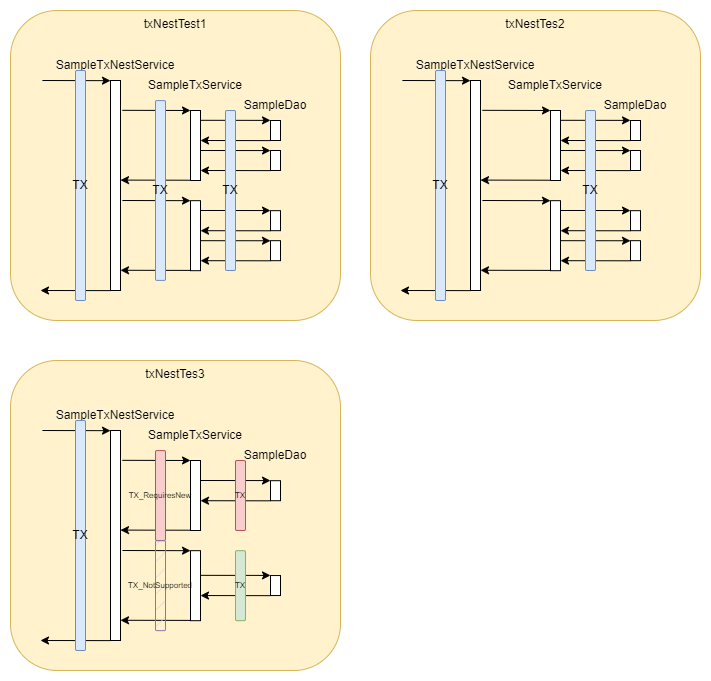
Earlier version of the draw.io export 2023/Q4/spring-transaction/transaction.drawio.png (softleader/softleader-training-course). Source tidied: cells renumbered, new cells last; positions are measured from the earlier drawing's top-left corner, leaving out a move shared by most shapes. Its diagram source:
```xml
<mxGraphModel>
  <root>
    <mxCell id="0" />
    <mxCell id="1" parent="0" />
    <mxCell id="2" value="txNestTest1" style="rounded=1;whiteSpace=wrap;html=1;fillColor=#fff2cc;strokeColor=#d6b656;verticalAlign=top;" parent="1" vertex="1">
      <mxGeometry width="330" height="310" as="geometry" />
    </mxCell>
    <mxCell id="3" style="rounded=0;whiteSpace=wrap;html=1;" parent="1" vertex="1">
      <mxGeometry x="100" y="70" width="10" height="210" as="geometry" />
    </mxCell>
    <mxCell id="4" value="SampleTxNestService" style="text;html=1;strokeColor=none;fillColor=none;align=center;verticalAlign=middle;whiteSpace=wrap;rounded=0;" parent="1" vertex="1">
      <mxGeometry x="75" y="40" width="60" height="30" as="geometry" />
    </mxCell>
    <mxCell id="5" style="rounded=0;whiteSpace=wrap;html=1;" parent="1" vertex="1">
      <mxGeometry x="180" y="100" width="10" height="70" as="geometry" />
    </mxCell>
    <mxCell id="6" value="SampleTxService" style="text;html=1;strokeColor=none;fillColor=none;align=center;verticalAlign=middle;whiteSpace=wrap;rounded=0;" parent="1" vertex="1">
      <mxGeometry x="155" y="60" width="60" height="30" as="geometry" />
    </mxCell>
    <mxCell id="7" style="rounded=0;whiteSpace=wrap;html=1;" parent="1" vertex="1">
      <mxGeometry x="260" y="110" width="10" height="20" as="geometry" />
    </mxCell>
    <mxCell id="8" value="SampleDao" style="text;html=1;strokeColor=none;fillColor=none;align=center;verticalAlign=middle;whiteSpace=wrap;rounded=0;" parent="1" vertex="1">
      <mxGeometry x="235" y="80" width="60" height="30" as="geometry" />
    </mxCell>
    <mxCell id="9" style="rounded=0;whiteSpace=wrap;html=1;" parent="1" vertex="1">
      <mxGeometry x="260" y="140" width="10" height="20" as="geometry" />
    </mxCell>
    <mxCell id="10" style="endArrow=classic;html=1;rounded=0;exitX=1.188;exitY=0.142;exitDx=0;exitDy=0;exitPerimeter=0;" parent="1" edge="1" source="3">
      <mxGeometry relative="1" as="geometry">
        <mxPoint x="180" y="100" as="targetPoint" />
      </mxGeometry>
    </mxCell>
    <mxCell id="11" style="endArrow=classic;html=1;rounded=0;exitX=1;exitY=0.176;exitDx=0;exitDy=0;exitPerimeter=0;" parent="1" edge="1">
      <mxGeometry relative="1" as="geometry">
        <mxPoint x="190" y="109.8" as="sourcePoint" />
        <mxPoint x="260" y="109.9" as="targetPoint" />
      </mxGeometry>
    </mxCell>
    <mxCell id="12" style="endArrow=classic;html=1;rounded=0;" parent="1" edge="1">
      <mxGeometry relative="1" as="geometry">
        <mxPoint x="260" y="130.1" as="sourcePoint" />
        <mxPoint x="190" y="130" as="targetPoint" />
      </mxGeometry>
    </mxCell>
    <mxCell id="13" style="endArrow=classic;html=1;rounded=0;exitX=1;exitY=0.176;exitDx=0;exitDy=0;exitPerimeter=0;" parent="1" edge="1">
      <mxGeometry relative="1" as="geometry">
        <mxPoint x="190" y="140" as="sourcePoint" />
        <mxPoint x="260" y="140.1" as="targetPoint" />
      </mxGeometry>
    </mxCell>
    <mxCell id="14" style="endArrow=classic;html=1;rounded=0;" parent="1" edge="1">
      <mxGeometry relative="1" as="geometry">
        <mxPoint x="260" y="160.1" as="sourcePoint" />
        <mxPoint x="190" y="160" as="targetPoint" />
      </mxGeometry>
    </mxCell>
    <mxCell id="15" style="endArrow=classic;html=1;rounded=0;" parent="1" edge="1">
      <mxGeometry relative="1" as="geometry">
        <mxPoint x="180" y="169.7" as="sourcePoint" />
        <mxPoint x="110" y="169.6" as="targetPoint" />
      </mxGeometry>
    </mxCell>
    <mxCell id="16" style="rounded=0;whiteSpace=wrap;html=1;" parent="1" vertex="1">
      <mxGeometry x="180" y="190.2" width="10" height="70" as="geometry" />
    </mxCell>
    <mxCell id="17" style="rounded=0;whiteSpace=wrap;html=1;" parent="1" vertex="1">
      <mxGeometry x="260" y="200.2" width="10" height="20" as="geometry" />
    </mxCell>
    <mxCell id="18" style="rounded=0;whiteSpace=wrap;html=1;" parent="1" vertex="1">
      <mxGeometry x="260" y="230.2" width="10" height="20" as="geometry" />
    </mxCell>
    <mxCell id="19" style="endArrow=classic;html=1;rounded=0;exitX=1.188;exitY=0.142;exitDx=0;exitDy=0;exitPerimeter=0;" parent="1" edge="1">
      <mxGeometry relative="1" as="geometry">
        <mxPoint x="111.9" y="190" as="sourcePoint" />
        <mxPoint x="180" y="190.2" as="targetPoint" />
      </mxGeometry>
    </mxCell>
    <mxCell id="20" style="endArrow=classic;html=1;rounded=0;exitX=1;exitY=0.176;exitDx=0;exitDy=0;exitPerimeter=0;" parent="1" edge="1">
      <mxGeometry relative="1" as="geometry">
        <mxPoint x="190" y="200" as="sourcePoint" />
        <mxPoint x="260" y="200.1" as="targetPoint" />
      </mxGeometry>
    </mxCell>
    <mxCell id="21" style="endArrow=classic;html=1;rounded=0;" parent="1" edge="1">
      <mxGeometry relative="1" as="geometry">
        <mxPoint x="260" y="220.3" as="sourcePoint" />
        <mxPoint x="190" y="220.2" as="targetPoint" />
      </mxGeometry>
    </mxCell>
    <mxCell id="22" style="endArrow=classic;html=1;rounded=0;exitX=1;exitY=0.176;exitDx=0;exitDy=0;exitPerimeter=0;" parent="1" edge="1">
      <mxGeometry relative="1" as="geometry">
        <mxPoint x="190" y="230.2" as="sourcePoint" />
        <mxPoint x="260" y="230.3" as="targetPoint" />
      </mxGeometry>
    </mxCell>
    <mxCell id="23" style="endArrow=classic;html=1;rounded=0;" parent="1" edge="1">
      <mxGeometry relative="1" as="geometry">
        <mxPoint x="260" y="250.3" as="sourcePoint" />
        <mxPoint x="190" y="250.2" as="targetPoint" />
      </mxGeometry>
    </mxCell>
    <mxCell id="24" style="endArrow=classic;html=1;rounded=0;" parent="1" edge="1">
      <mxGeometry relative="1" as="geometry">
        <mxPoint x="180" y="259.9" as="sourcePoint" />
        <mxPoint x="110" y="259.8" as="targetPoint" />
      </mxGeometry>
    </mxCell>
    <mxCell id="25" value="TX" style="rounded=1;whiteSpace=wrap;html=1;fillColor=#dae8fc;strokeColor=#6c8ebf;" parent="1" vertex="1">
      <mxGeometry x="215" y="100" width="10" height="160" as="geometry" />
    </mxCell>
    <mxCell id="26" value="TX" style="rounded=1;whiteSpace=wrap;html=1;fillColor=#dae8fc;strokeColor=#6c8ebf;" parent="1" vertex="1">
      <mxGeometry x="145" y="90.1" width="10" height="179.8" as="geometry" />
    </mxCell>
    <mxCell id="27" style="endArrow=classic;html=1;rounded=0;exitX=1.188;exitY=0.142;exitDx=0;exitDy=0;exitPerimeter=0;" parent="1" edge="1">
      <mxGeometry relative="1" as="geometry">
        <mxPoint x="31.9" y="70" as="sourcePoint" />
        <mxPoint x="100" y="70.2" as="targetPoint" />
      </mxGeometry>
    </mxCell>
    <mxCell id="28" style="endArrow=classic;html=1;rounded=0;" parent="1" edge="1">
      <mxGeometry relative="1" as="geometry">
        <mxPoint x="100" y="280.1" as="sourcePoint" />
        <mxPoint x="30" y="280" as="targetPoint" />
      </mxGeometry>
    </mxCell>
    <mxCell id="29" value="TX" style="rounded=1;whiteSpace=wrap;html=1;fillColor=#dae8fc;strokeColor=#6c8ebf;" parent="1" vertex="1">
      <mxGeometry x="65" y="60" width="10" height="230" as="geometry" />
    </mxCell>
    <mxCell id="30" value="txNestTes2" style="rounded=1;whiteSpace=wrap;html=1;fillColor=#fff2cc;strokeColor=#d6b656;verticalAlign=top;" parent="1" vertex="1">
      <mxGeometry x="360" width="330" height="310" as="geometry" />
    </mxCell>
    <mxCell id="31" style="rounded=0;whiteSpace=wrap;html=1;" parent="1" vertex="1">
      <mxGeometry x="460" y="70" width="10" height="210" as="geometry" />
    </mxCell>
    <mxCell id="32" value="SampleTxNestService" style="text;html=1;strokeColor=none;fillColor=none;align=center;verticalAlign=middle;whiteSpace=wrap;rounded=0;" parent="1" vertex="1">
      <mxGeometry x="435" y="40" width="60" height="30" as="geometry" />
    </mxCell>
    <mxCell id="33" style="rounded=0;whiteSpace=wrap;html=1;" parent="1" vertex="1">
      <mxGeometry x="540" y="100" width="10" height="70" as="geometry" />
    </mxCell>
    <mxCell id="34" value="SampleTxService" style="text;html=1;strokeColor=none;fillColor=none;align=center;verticalAlign=middle;whiteSpace=wrap;rounded=0;" parent="1" vertex="1">
      <mxGeometry x="515" y="60" width="60" height="30" as="geometry" />
    </mxCell>
    <mxCell id="35" style="rounded=0;whiteSpace=wrap;html=1;" parent="1" vertex="1">
      <mxGeometry x="620" y="110" width="10" height="20" as="geometry" />
    </mxCell>
    <mxCell id="36" value="SampleDao" style="text;html=1;strokeColor=none;fillColor=none;align=center;verticalAlign=middle;whiteSpace=wrap;rounded=0;" parent="1" vertex="1">
      <mxGeometry x="595" y="80" width="60" height="30" as="geometry" />
    </mxCell>
    <mxCell id="37" style="rounded=0;whiteSpace=wrap;html=1;" parent="1" vertex="1">
      <mxGeometry x="620" y="140" width="10" height="20" as="geometry" />
    </mxCell>
    <mxCell id="38" style="endArrow=classic;html=1;rounded=0;exitX=1.188;exitY=0.142;exitDx=0;exitDy=0;exitPerimeter=0;" parent="1" edge="1" source="31">
      <mxGeometry relative="1" as="geometry">
        <mxPoint x="540" y="100" as="targetPoint" />
      </mxGeometry>
    </mxCell>
    <mxCell id="39" style="endArrow=classic;html=1;rounded=0;exitX=1;exitY=0.176;exitDx=0;exitDy=0;exitPerimeter=0;" parent="1" edge="1">
      <mxGeometry relative="1" as="geometry">
        <mxPoint x="550" y="109.8" as="sourcePoint" />
        <mxPoint x="620" y="109.9" as="targetPoint" />
      </mxGeometry>
    </mxCell>
    <mxCell id="40" style="endArrow=classic;html=1;rounded=0;" parent="1" edge="1">
      <mxGeometry relative="1" as="geometry">
        <mxPoint x="620" y="130.1" as="sourcePoint" />
        <mxPoint x="550" y="130" as="targetPoint" />
      </mxGeometry>
    </mxCell>
    <mxCell id="41" style="endArrow=classic;html=1;rounded=0;exitX=1;exitY=0.176;exitDx=0;exitDy=0;exitPerimeter=0;" parent="1" edge="1">
      <mxGeometry relative="1" as="geometry">
        <mxPoint x="550" y="140" as="sourcePoint" />
        <mxPoint x="620" y="140.1" as="targetPoint" />
      </mxGeometry>
    </mxCell>
    <mxCell id="42" style="endArrow=classic;html=1;rounded=0;" parent="1" edge="1">
      <mxGeometry relative="1" as="geometry">
        <mxPoint x="620" y="160.1" as="sourcePoint" />
        <mxPoint x="550" y="160" as="targetPoint" />
      </mxGeometry>
    </mxCell>
    <mxCell id="43" style="endArrow=classic;html=1;rounded=0;" parent="1" edge="1">
      <mxGeometry relative="1" as="geometry">
        <mxPoint x="540" y="169.7" as="sourcePoint" />
        <mxPoint x="470" y="169.6" as="targetPoint" />
      </mxGeometry>
    </mxCell>
    <mxCell id="44" style="rounded=0;whiteSpace=wrap;html=1;" parent="1" vertex="1">
      <mxGeometry x="540" y="190.2" width="10" height="70" as="geometry" />
    </mxCell>
    <mxCell id="45" style="rounded=0;whiteSpace=wrap;html=1;" parent="1" vertex="1">
      <mxGeometry x="620" y="200.2" width="10" height="20" as="geometry" />
    </mxCell>
    <mxCell id="46" style="rounded=0;whiteSpace=wrap;html=1;" parent="1" vertex="1">
      <mxGeometry x="620" y="230.2" width="10" height="20" as="geometry" />
    </mxCell>
    <mxCell id="47" style="endArrow=classic;html=1;rounded=0;exitX=1.188;exitY=0.142;exitDx=0;exitDy=0;exitPerimeter=0;" parent="1" edge="1">
      <mxGeometry relative="1" as="geometry">
        <mxPoint x="471.9" y="190" as="sourcePoint" />
        <mxPoint x="540" y="190.2" as="targetPoint" />
      </mxGeometry>
    </mxCell>
    <mxCell id="48" style="endArrow=classic;html=1;rounded=0;exitX=1;exitY=0.176;exitDx=0;exitDy=0;exitPerimeter=0;" parent="1" edge="1">
      <mxGeometry relative="1" as="geometry">
        <mxPoint x="550" y="200" as="sourcePoint" />
        <mxPoint x="620" y="200.1" as="targetPoint" />
      </mxGeometry>
    </mxCell>
    <mxCell id="49" style="endArrow=classic;html=1;rounded=0;" parent="1" edge="1">
      <mxGeometry relative="1" as="geometry">
        <mxPoint x="620" y="220.3" as="sourcePoint" />
        <mxPoint x="550" y="220.2" as="targetPoint" />
      </mxGeometry>
    </mxCell>
    <mxCell id="50" style="endArrow=classic;html=1;rounded=0;exitX=1;exitY=0.176;exitDx=0;exitDy=0;exitPerimeter=0;" parent="1" edge="1">
      <mxGeometry relative="1" as="geometry">
        <mxPoint x="550" y="230.2" as="sourcePoint" />
        <mxPoint x="620" y="230.3" as="targetPoint" />
      </mxGeometry>
    </mxCell>
    <mxCell id="51" style="endArrow=classic;html=1;rounded=0;" parent="1" edge="1">
      <mxGeometry relative="1" as="geometry">
        <mxPoint x="620" y="250.3" as="sourcePoint" />
        <mxPoint x="550" y="250.2" as="targetPoint" />
      </mxGeometry>
    </mxCell>
    <mxCell id="52" style="endArrow=classic;html=1;rounded=0;" parent="1" edge="1">
      <mxGeometry relative="1" as="geometry">
        <mxPoint x="540" y="259.9" as="sourcePoint" />
        <mxPoint x="470" y="259.8" as="targetPoint" />
      </mxGeometry>
    </mxCell>
    <mxCell id="53" value="TX" style="rounded=1;whiteSpace=wrap;html=1;fillColor=#dae8fc;strokeColor=#6c8ebf;" parent="1" vertex="1">
      <mxGeometry x="575" y="100" width="10" height="160" as="geometry" />
    </mxCell>
    <mxCell id="54" style="endArrow=classic;html=1;rounded=0;exitX=1.188;exitY=0.142;exitDx=0;exitDy=0;exitPerimeter=0;" parent="1" edge="1">
      <mxGeometry relative="1" as="geometry">
        <mxPoint x="391.9" y="70" as="sourcePoint" />
        <mxPoint x="460" y="70.2" as="targetPoint" />
      </mxGeometry>
    </mxCell>
    <mxCell id="55" style="endArrow=classic;html=1;rounded=0;" parent="1" edge="1">
      <mxGeometry relative="1" as="geometry">
        <mxPoint x="460" y="280.1" as="sourcePoint" />
        <mxPoint x="390" y="280" as="targetPoint" />
      </mxGeometry>
    </mxCell>
    <mxCell id="56" value="TX" style="rounded=1;whiteSpace=wrap;html=1;fillColor=#dae8fc;strokeColor=#6c8ebf;" parent="1" vertex="1">
      <mxGeometry x="425" y="60" width="10" height="230" as="geometry" />
    </mxCell>
    <mxCell id="57" value="txNestTes3" style="rounded=1;whiteSpace=wrap;html=1;fillColor=#fff2cc;strokeColor=#d6b656;verticalAlign=top;" parent="1" vertex="1">
      <mxGeometry y="350" width="330" height="310" as="geometry" />
    </mxCell>
    <mxCell id="58" style="rounded=0;whiteSpace=wrap;html=1;" parent="1" vertex="1">
      <mxGeometry x="100" y="420" width="10" height="210" as="geometry" />
    </mxCell>
    <mxCell id="59" value="SampleTxNestService" style="text;html=1;strokeColor=none;fillColor=none;align=center;verticalAlign=middle;whiteSpace=wrap;rounded=0;" parent="1" vertex="1">
      <mxGeometry x="75" y="390" width="60" height="30" as="geometry" />
    </mxCell>
    <mxCell id="60" style="rounded=0;whiteSpace=wrap;html=1;" parent="1" vertex="1">
      <mxGeometry x="180" y="450" width="10" height="70" as="geometry" />
    </mxCell>
    <mxCell id="61" value="SampleTxService" style="text;html=1;strokeColor=none;fillColor=none;align=center;verticalAlign=middle;whiteSpace=wrap;rounded=0;" parent="1" vertex="1">
      <mxGeometry x="155" y="410" width="60" height="30" as="geometry" />
    </mxCell>
    <mxCell id="62" style="rounded=0;whiteSpace=wrap;html=1;" parent="1" vertex="1">
      <mxGeometry x="260" y="470.2" width="10" height="20" as="geometry" />
    </mxCell>
    <mxCell id="63" value="SampleDao" style="text;html=1;strokeColor=none;fillColor=none;align=center;verticalAlign=middle;whiteSpace=wrap;rounded=0;" parent="1" vertex="1">
      <mxGeometry x="235" y="430" width="60" height="30" as="geometry" />
    </mxCell>
    <mxCell id="64" style="endArrow=classic;html=1;rounded=0;exitX=1.188;exitY=0.142;exitDx=0;exitDy=0;exitPerimeter=0;" parent="1" edge="1" source="58">
      <mxGeometry relative="1" as="geometry">
        <mxPoint x="180" y="450" as="targetPoint" />
      </mxGeometry>
    </mxCell>
    <mxCell id="65" style="endArrow=classic;html=1;rounded=0;exitX=1;exitY=0.176;exitDx=0;exitDy=0;exitPerimeter=0;" parent="1" edge="1">
      <mxGeometry relative="1" as="geometry">
        <mxPoint x="190" y="470" as="sourcePoint" />
        <mxPoint x="260" y="470.1" as="targetPoint" />
      </mxGeometry>
    </mxCell>
    <mxCell id="66" style="endArrow=classic;html=1;rounded=0;" parent="1" edge="1">
      <mxGeometry relative="1" as="geometry">
        <mxPoint x="260" y="490.3" as="sourcePoint" />
        <mxPoint x="190" y="490.2" as="targetPoint" />
      </mxGeometry>
    </mxCell>
    <mxCell id="67" style="endArrow=classic;html=1;rounded=0;" parent="1" edge="1">
      <mxGeometry relative="1" as="geometry">
        <mxPoint x="180" y="519.7" as="sourcePoint" />
        <mxPoint x="110" y="519.6" as="targetPoint" />
      </mxGeometry>
    </mxCell>
    <mxCell id="68" style="rounded=0;whiteSpace=wrap;html=1;" parent="1" vertex="1">
      <mxGeometry x="180" y="540.2" width="10" height="70" as="geometry" />
    </mxCell>
    <mxCell id="69" style="rounded=0;whiteSpace=wrap;html=1;" parent="1" vertex="1">
      <mxGeometry x="260" y="565" width="10" height="20" as="geometry" />
    </mxCell>
    <mxCell id="70" style="endArrow=classic;html=1;rounded=0;exitX=1.188;exitY=0.142;exitDx=0;exitDy=0;exitPerimeter=0;" parent="1" edge="1">
      <mxGeometry relative="1" as="geometry">
        <mxPoint x="111.9" y="540" as="sourcePoint" />
        <mxPoint x="180" y="540.2" as="targetPoint" />
      </mxGeometry>
    </mxCell>
    <mxCell id="71" style="endArrow=classic;html=1;rounded=0;exitX=1;exitY=0.176;exitDx=0;exitDy=0;exitPerimeter=0;" parent="1" edge="1">
      <mxGeometry relative="1" as="geometry">
        <mxPoint x="190" y="564.8" as="sourcePoint" />
        <mxPoint x="260" y="564.9" as="targetPoint" />
      </mxGeometry>
    </mxCell>
    <mxCell id="72" style="endArrow=classic;html=1;rounded=0;" parent="1" edge="1">
      <mxGeometry relative="1" as="geometry">
        <mxPoint x="260" y="585.2" as="sourcePoint" />
        <mxPoint x="190" y="585" as="targetPoint" />
      </mxGeometry>
    </mxCell>
    <mxCell id="73" style="endArrow=classic;html=1;rounded=0;" parent="1" edge="1">
      <mxGeometry relative="1" as="geometry">
        <mxPoint x="180" y="609.9" as="sourcePoint" />
        <mxPoint x="110" y="609.8" as="targetPoint" />
      </mxGeometry>
    </mxCell>
    <mxCell id="74" style="endArrow=classic;html=1;rounded=0;exitX=1.188;exitY=0.142;exitDx=0;exitDy=0;exitPerimeter=0;" parent="1" edge="1">
      <mxGeometry relative="1" as="geometry">
        <mxPoint x="31.9" y="420" as="sourcePoint" />
        <mxPoint x="100" y="420.2" as="targetPoint" />
      </mxGeometry>
    </mxCell>
    <mxCell id="75" style="endArrow=classic;html=1;rounded=0;" parent="1" edge="1">
      <mxGeometry relative="1" as="geometry">
        <mxPoint x="100" y="630.1" as="sourcePoint" />
        <mxPoint x="30" y="630" as="targetPoint" />
      </mxGeometry>
    </mxCell>
    <mxCell id="76" value="TX" style="rounded=1;whiteSpace=wrap;html=1;fillColor=#dae8fc;strokeColor=#6c8ebf;" parent="1" vertex="1">
      <mxGeometry x="65" y="410" width="10" height="230" as="geometry" />
    </mxCell>
    <mxCell id="77" value="TX_RequiresNew" style="rounded=1;whiteSpace=wrap;html=1;fillColor=#f8cecc;strokeColor=#b85450;fontSize=8;" parent="1" vertex="1">
      <mxGeometry x="145" y="440.1" width="10" height="89.9" as="geometry" />
    </mxCell>
    <mxCell id="78" value="TX_NotSupported&lt;br style=&quot;font-size: 8px;&quot;&gt;" style="rounded=1;whiteSpace=wrap;html=1;fillColor=#e1d5e7;strokeColor=#9673a6;fontSize=8;fillStyle=hatch;" parent="1" vertex="1">
      <mxGeometry x="145" y="530.2" width="10" height="89.9" as="geometry" />
    </mxCell>
    <mxCell id="79" value="TX" style="rounded=1;whiteSpace=wrap;html=1;fillColor=#f8cecc;strokeColor=#b85450;fontSize=8;" parent="1" vertex="1">
      <mxGeometry x="225" y="450" width="10" height="70" as="geometry" />
    </mxCell>
    <mxCell id="80" value="TX" style="rounded=1;whiteSpace=wrap;html=1;fillColor=#d5e8d4;strokeColor=#82b366;fontSize=8;" parent="1" vertex="1">
      <mxGeometry x="225" y="540.2" width="10" height="70" as="geometry" />
    </mxCell>
  </root>
</mxGraphModel>
```
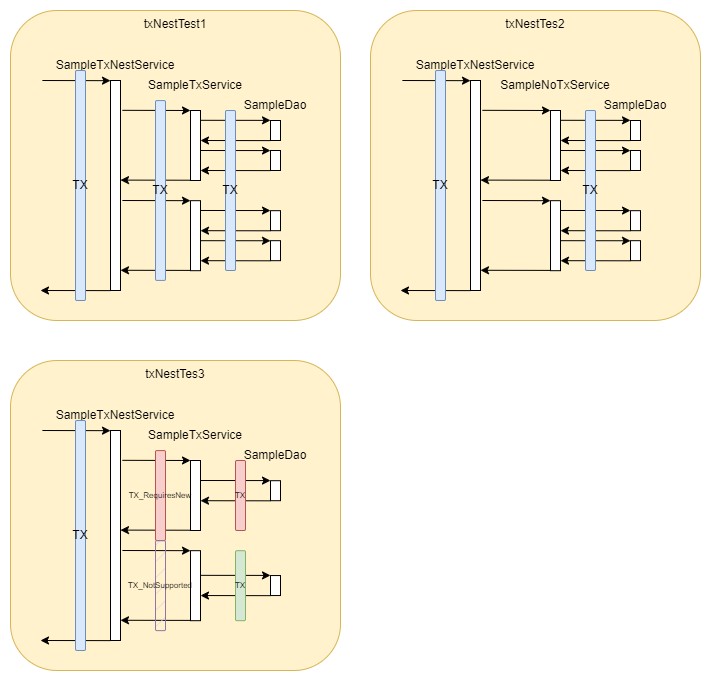
The same diagram one commit later.

Diff of the diagram source:
```diff
@@ -139,7 +139,7 @@
     <mxCell id="33" style="rounded=0;whiteSpace=wrap;html=1;" parent="1" vertex="1">
       <mxGeometry x="540" y="100" width="10" height="70" as="geometry" />
     </mxCell>
-    <mxCell id="34" value="SampleTxService" style="text;html=1;strokeColor=none;fillColor=none;align=center;verticalAlign=middle;whiteSpace=wrap;rounded=0;" parent="1" vertex="1">
+    <mxCell id="34" value="SampleNoTxService" style="text;html=1;strokeColor=none;fillColor=none;align=center;verticalAlign=middle;whiteSpace=wrap;rounded=0;" parent="1" vertex="1">
       <mxGeometry x="515" y="60" width="60" height="30" as="geometry" />
     </mxCell>
     <mxCell id="35" style="rounded=0;whiteSpace=wrap;html=1;" parent="1" vertex="1">
```
